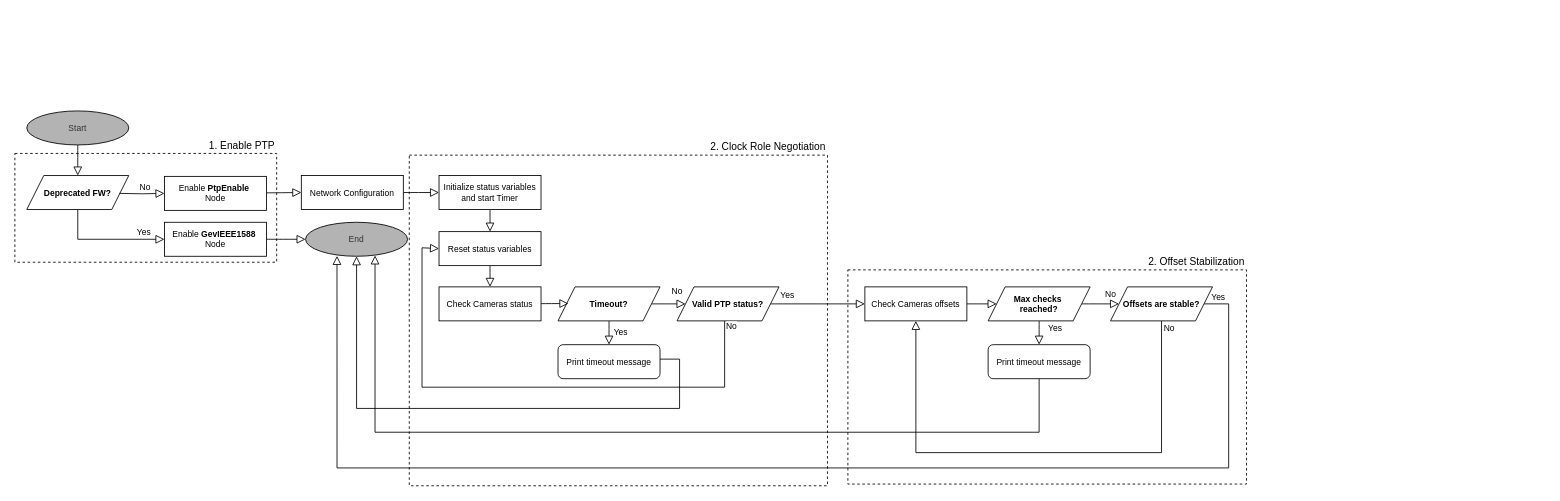
Earlier version of the draw.io diagram page "ptp" (2 of 3) of draw.io/Untitled Diagram.drawio (Yessminech/Bachelor_Thesis). Source tidied: cells renumbered, new cells numbered last; positions are measured from the earlier drawing's top-left corner, leaving out a move shared by most shapes. Both pictures are drawn from the tidied source at 85%, with x=0, y=0 at pixel (14, 110).
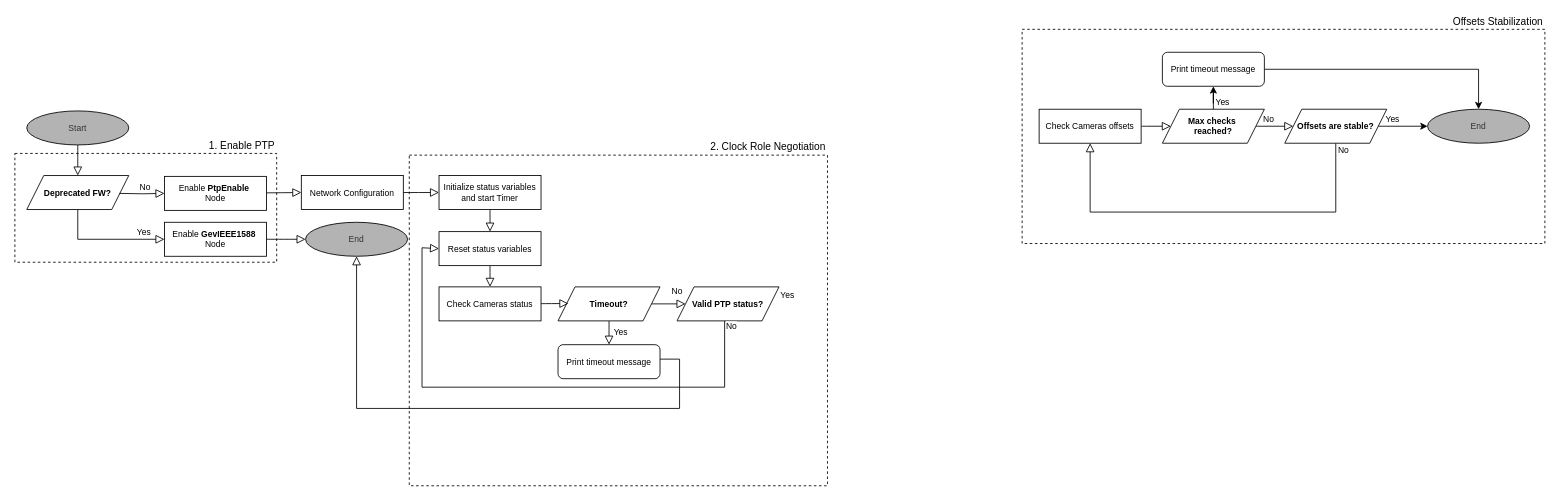
After the change.

Unchanged cells that the change refers to:
```xml
<mxCell id="17" value="End" style="ellipse;whiteSpace=wrap;html=1;fillColor=#B3B3B3;fontColor=#333333;strokeColor=default;align=center;verticalAlign=middle;fontSize=10;" parent="1" vertex="1">
  <mxGeometry x="342" y="131" width="120" height="40" as="geometry" />
</mxCell>
<mxCell id="40" value="&lt;div&gt;Valid PTP status?&lt;/div&gt;" style="shape=parallelogram;perimeter=parallelogramPerimeter;whiteSpace=wrap;html=1;fixedSize=1;align=center;verticalAlign=middle;fontSize=10;fontStyle=1;" parent="1" vertex="1">
  <mxGeometry x="779" y="207" width="120" height="40" as="geometry" />
</mxCell>
```

What changed in the source:
```diff
@@
-    <mxCell id="2" value="2. Offset Stabilization" style="rounded=0;whiteSpace=wrap;html=1;dashed=1;fillColor=none;verticalAlign=bottom;labelPosition=center;verticalLabelPosition=top;align=right;" parent="1" vertex="1">
-      <mxGeometry x="980" y="187" width="469" height="252" as="geometry" />
+    <mxCell id="2" value="Offsets Stabilization" style="rounded=0;whiteSpace=wrap;html=1;dashed=1;fillColor=none;verticalAlign=bottom;labelPosition=center;verticalLabelPosition=top;align=right;" parent="1" vertex="1">
+      <mxGeometry x="1185" y="-96" width="615" height="252" as="geometry" />
     </mxCell>
@@
     <mxCell id="30" value="Check Cameras offsets" style="rounded=0;whiteSpace=wrap;html=1;fontSize=10;glass=0;strokeWidth=1;shadow=0;fontFamily=Helvetica;align=center;verticalAlign=middle;" parent="1" vertex="1">
-      <mxGeometry x="1000" y="207" width="120" height="40" as="geometry" />
+      <mxGeometry x="1205" y="-2" width="120" height="40" as="geometry" />
     </mxCell>
@@
-    <mxCell id="32" style="edgeStyle=none;curved=1;rounded=0;jettySize=auto;html=1;entryX=0.5;entryY=0;entryDx=0;entryDy=0;fontSize=12;startSize=8;endSize=8;endArrow=block;endFill=0;" parent="1" edge="1" source="33" target="37">
+    <mxCell id="32" style="edgeStyle=orthogonalEdgeStyle;rounded=0;jettySize=auto;html=1;entryX=0.5;entryY=1;entryDx=0;entryDy=0;" parent="1" edge="1" source="33" target="37">
       <mxGeometry relative="1" as="geometry" />
     </mxCell>
     <mxCell id="33" value="Max checks&amp;nbsp;&lt;div&gt;reached?&lt;/div&gt;" style="shape=parallelogram;perimeter=parallelogramPerimeter;whiteSpace=wrap;html=1;fixedSize=1;align=center;verticalAlign=middle;fontSize=10;fontStyle=1;" parent="1" vertex="1">
-      <mxGeometry x="1145" y="207" width="120" height="40" as="geometry" />
+      <mxGeometry x="1350" y="-2" width="120" height="40" as="geometry" />
     </mxCell>
     <mxCell id="34" style="edgeStyle=orthogonalEdgeStyle;rounded=0;jettySize=auto;html=1;entryX=0.5;entryY=1;entryDx=0;entryDy=0;fontSize=12;startSize=8;endSize=8;endArrow=block;endFill=0;" parent="1" edge="1" source="36" target="30">
       <mxGeometry relative="1" as="geometry">
         <Array as="points">
-          <mxPoint x="1349" y="402" />
-          <mxPoint x="1060" y="402" />
+          <mxPoint x="1554" y="119" />
+          <mxPoint x="1265" y="119" />
         </Array>
       </mxGeometry>
     </mxCell>
-    <mxCell id="35" style="edgeStyle=orthogonalEdgeStyle;rounded=0;jettySize=auto;html=1;entryX=0.308;entryY=0.989;entryDx=0;entryDy=0;fontSize=12;startSize=8;endSize=8;entryPerimeter=0;endArrow=block;endFill=0;" parent="1" edge="1" source="36" target="17">
-      <mxGeometry relative="1" as="geometry">
-        <Array as="points">
-          <mxPoint x="1428" y="227" />
-          <mxPoint x="1428" y="420" />
-          <mxPoint x="379" y="420" />
-        </Array>
-      </mxGeometry>
-    </mxCell>
+    <mxCell id="50" style="edgeStyle=orthogonalEdgeStyle;rounded=0;jettySize=auto;html=1;exitX=1;exitY=0.5;exitDx=0;exitDy=0;" parent="1" edge="1" source="36" target="52">
+      <mxGeometry relative="1" as="geometry" />
+    </mxCell>
     <mxCell id="36" value="Offsets are stable?" style="shape=parallelogram;perimeter=parallelogramPerimeter;whiteSpace=wrap;html=1;fixedSize=1;align=center;verticalAlign=middle;fontSize=10;fontStyle=1;" parent="1" vertex="1">
-      <mxGeometry x="1289" y="207" width="120" height="40" as="geometry" />
+      <mxGeometry x="1494" y="-2" width="120" height="40" as="geometry" />
     </mxCell>
+    <mxCell id="51" style="edgeStyle=orthogonalEdgeStyle;rounded=0;jettySize=auto;html=1;" parent="1" edge="1" source="37" target="52">
+      <mxGeometry relative="1" as="geometry" />
+    </mxCell>
     <mxCell id="37" value="Print timeout message" style="rounded=1;whiteSpace=wrap;html=1;fontSize=10;glass=0;strokeWidth=1;shadow=0;fontFamily=Helvetica;align=center;verticalAlign=middle;" parent="1" vertex="1">
-      <mxGeometry x="1145" y="275" width="120" height="40" as="geometry" />
+      <mxGeometry x="1350" y="-69" width="120" height="40" as="geometry" />
     </mxCell>
-    <mxCell id="38" style="edgeStyle=none;curved=1;rounded=0;jettySize=auto;html=1;fontSize=12;startSize=8;endSize=8;endArrow=block;endFill=0;" parent="1" edge="1" source="40" target="30">
-      <mxGeometry relative="1" as="geometry" />
-    </mxCell>
@@
-    <mxCell id="45" style="edgeStyle=orthogonalEdgeStyle;rounded=0;jettySize=auto;html=1;fontSize=12;startSize=8;endSize=8;endArrow=block;endFill=0;entryX=0.681;entryY=0.975;entryDx=0;entryDy=0;entryPerimeter=0;exitX=0.5;exitY=1;exitDx=0;exitDy=0;" parent="1" edge="1" source="37" target="17">
-      <mxGeometry relative="1" as="geometry">
-        <Array as="points">
-          <mxPoint x="1205" y="378" />
-          <mxPoint x="424" y="378" />
-        </Array>
-      </mxGeometry>
-    </mxCell>
     <mxCell id="46" value="&lt;span style=&quot;color: rgb(0, 0, 0); font-family: Helvetica; font-size: 10px; font-style: normal; font-variant-ligatures: normal; font-variant-caps: normal; font-weight: 400; letter-spacing: normal; orphans: 2; text-align: center; text-indent: 0px; text-transform: none; widows: 2; word-spacing: 0px; -webkit-text-stroke-width: 0px; white-space: nowrap; text-decoration-thickness: initial; text-decoration-style: initial; text-decoration-color: initial; float: none; background-color: rgb(255, 255, 255); display: inline !important;&quot;&gt;Yes&lt;/span&gt;" style="text;whiteSpace=wrap;html=1;" parent="1" vertex="1">
-      <mxGeometry x="1214" y="241" width="41" height="36" as="geometry" />
+      <mxGeometry x="1411" y="-24" width="41" height="36" as="geometry" />
     </mxCell>
     <mxCell id="47" value="&lt;span style=&quot;color: rgb(0, 0, 0); font-family: Helvetica; font-size: 10px; font-style: normal; font-variant-ligatures: normal; font-variant-caps: normal; font-weight: 400; letter-spacing: normal; orphans: 2; text-align: center; text-indent: 0px; text-transform: none; widows: 2; word-spacing: 0px; -webkit-text-stroke-width: 0px; white-space: nowrap; text-decoration-thickness: initial; text-decoration-style: initial; text-decoration-color: initial; float: none; background-color: rgb(255, 255, 255); display: inline !important;&quot;&gt;No&lt;/span&gt;&lt;div&gt;&lt;span style=&quot;color: rgb(0, 0, 0); font-family: Helvetica; font-size: 10px; font-style: normal; font-variant-ligatures: normal; font-variant-caps: normal; font-weight: 400; letter-spacing: normal; orphans: 2; text-align: center; text-indent: 0px; text-transform: none; widows: 2; word-spacing: 0px; -webkit-text-stroke-width: 0px; white-space: nowrap; text-decoration-thickness: initial; text-decoration-style: initial; text-decoration-color: initial; float: none; background-color: rgb(255, 255, 255); display: inline !important;&quot;&gt;&lt;br&gt;&lt;/span&gt;&lt;/div&gt;" style="text;whiteSpace=wrap;html=1;" parent="1" vertex="1">
-      <mxGeometry x="1281" y="201" width="41" height="36" as="geometry" />
+      <mxGeometry x="1467" y="-4" width="41" height="36" as="geometry" />
     </mxCell>
     <mxCell id="48" value="&lt;span style=&quot;color: rgb(0, 0, 0); font-family: Helvetica; font-size: 10px; font-style: normal; font-variant-ligatures: normal; font-variant-caps: normal; font-weight: 400; letter-spacing: normal; orphans: 2; text-align: center; text-indent: 0px; text-transform: none; widows: 2; word-spacing: 0px; -webkit-text-stroke-width: 0px; white-space: nowrap; text-decoration-thickness: initial; text-decoration-style: initial; text-decoration-color: initial; float: none; background-color: rgb(255, 255, 255); display: inline !important;&quot;&gt;No&lt;/span&gt;&lt;div&gt;&lt;span style=&quot;color: rgb(0, 0, 0); font-family: Helvetica; font-size: 10px; font-style: normal; font-variant-ligatures: normal; font-variant-caps: normal; font-weight: 400; letter-spacing: normal; orphans: 2; text-align: center; text-indent: 0px; text-transform: none; widows: 2; word-spacing: 0px; -webkit-text-stroke-width: 0px; white-space: nowrap; text-decoration-thickness: initial; text-decoration-style: initial; text-decoration-color: initial; float: none; background-color: rgb(255, 255, 255); display: inline !important;&quot;&gt;&lt;br&gt;&lt;/span&gt;&lt;/div&gt;" style="text;whiteSpace=wrap;html=1;" parent="1" vertex="1">
-      <mxGeometry x="1350" y="241" width="41" height="36" as="geometry" />
+      <mxGeometry x="1555" y="32" width="41" height="36" as="geometry" />
     </mxCell>
     <mxCell id="49" value="&lt;span style=&quot;color: rgb(0, 0, 0); font-family: Helvetica; font-size: 10px; font-style: normal; font-variant-ligatures: normal; font-variant-caps: normal; font-weight: 400; letter-spacing: normal; orphans: 2; text-align: center; text-indent: 0px; text-transform: none; widows: 2; word-spacing: 0px; -webkit-text-stroke-width: 0px; white-space: nowrap; text-decoration-thickness: initial; text-decoration-style: initial; text-decoration-color: initial; float: none; background-color: rgb(255, 255, 255); display: inline !important;&quot;&gt;Yes&lt;/span&gt;" style="text;whiteSpace=wrap;html=1;" parent="1" vertex="1">
-      <mxGeometry x="1406" y="205" width="41" height="36" as="geometry" />
+      <mxGeometry x="1611" y="-4" width="41" height="36" as="geometry" />
     </mxCell>
+    <mxCell id="52" value="End" style="ellipse;whiteSpace=wrap;html=1;fillColor=#B3B3B3;fontColor=#333333;strokeColor=default;align=center;verticalAlign=middle;fontSize=10;" parent="1" vertex="1">
+      <mxGeometry x="1662" y="-2" width="120" height="40" as="geometry" />
+    </mxCell>
```
